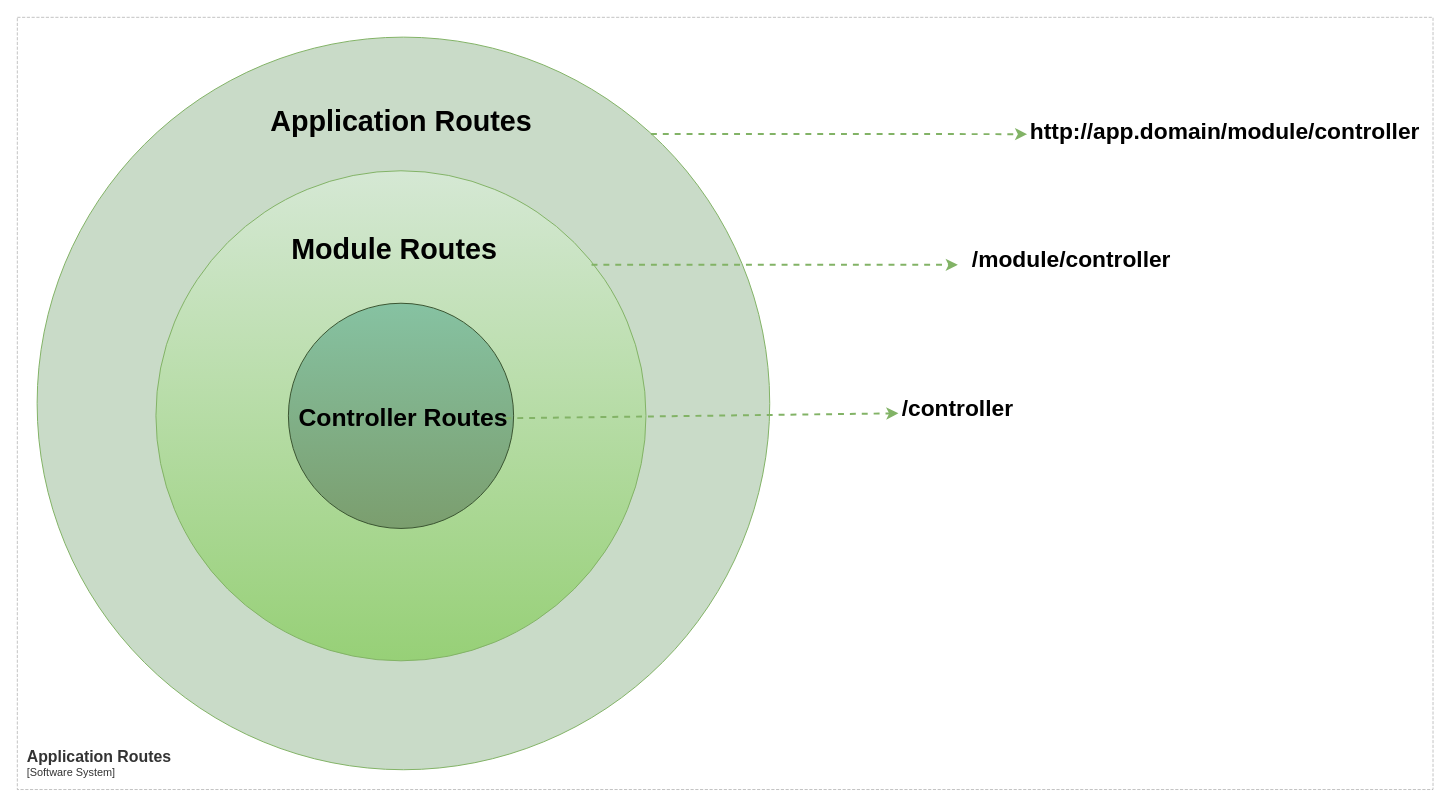
Earlier version of the draw.io diagram page "Routes" (9 of 13) of docs/_diagrams/Golang-Modular-Software.drawio (ortizdavid/golang-modular-software). Source tidied: cells renumbered, new cells numbered last; positions are measured from the earlier drawing's top-left corner, leaving out a move shared by most shapes. Both pictures are drawn from the tidied source at 99%, with x=0, y=0 at pixel (17, 17).
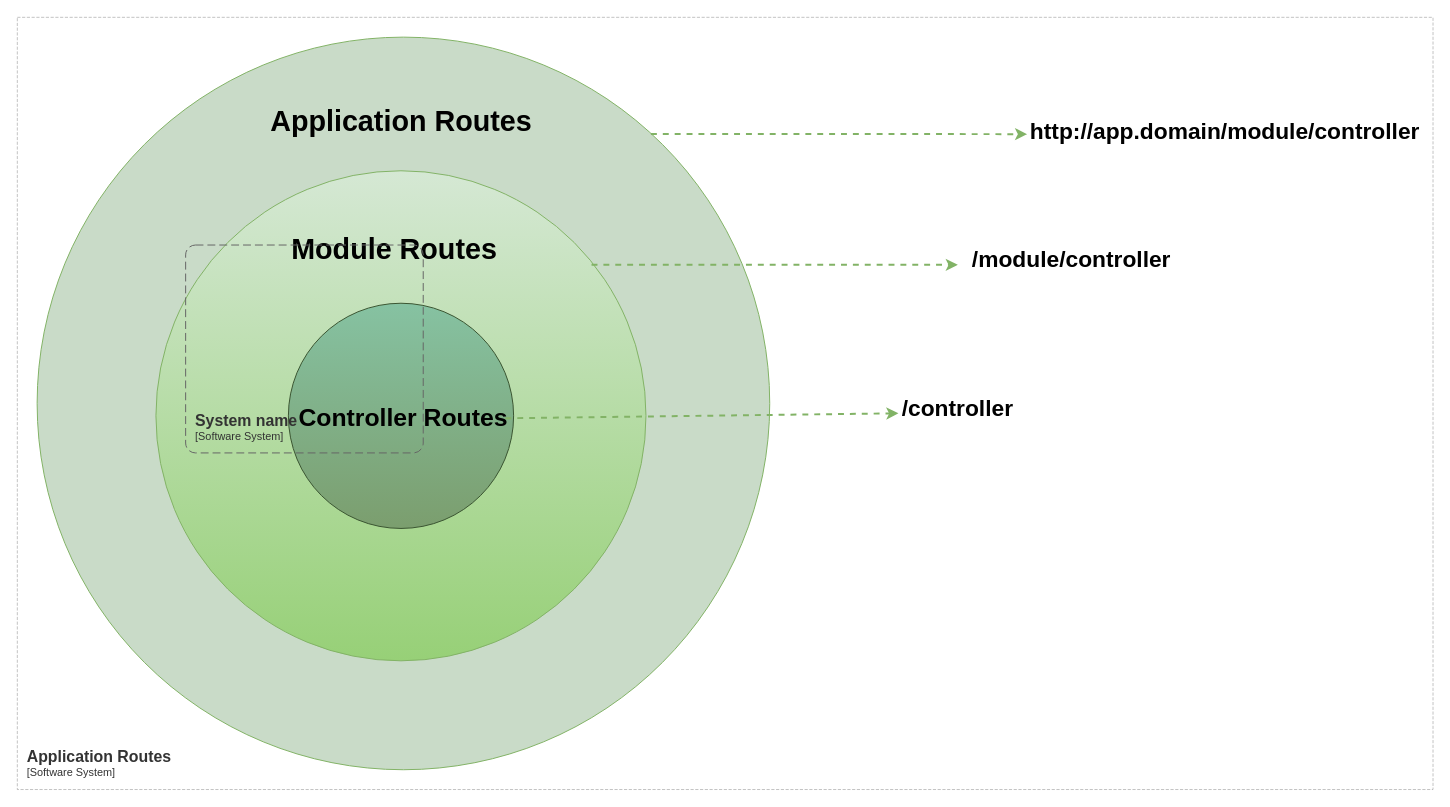
After the change.

The edit, as a diff of the source:
```diff
@@
+    <object id="15" label="&lt;font style=&quot;font-size: 16px&quot;&gt;&lt;b&gt;&lt;div style=&quot;text-align: left&quot;&gt;%c4Name%&lt;/div&gt;&lt;/b&gt;&lt;/font&gt;&lt;div style=&quot;text-align: left&quot;&gt;[%c4Application%]&lt;/div&gt;" c4Application="Software System" c4Name="System name" placeholders="1">
+      <mxCell style="rounded=1;fontSize=11;whiteSpace=wrap;html=1;dashed=1;arcSize=20;fillColor=none;strokeColor=#666666;fontColor=#333333;labelBackgroundColor=none;align=left;verticalAlign=bottom;labelBorderColor=none;spacingTop=0;spacing=10;dashPattern=8 4;perimeter=rectanglePerimeter;noLabel=0;labelPadding=0;absoluteArcSize=1;" parent="1" vertex="1">
+        <mxGeometry x="170" y="230" width="240" height="210" as="geometry" />
+      </mxCell>
+    </object>
```
